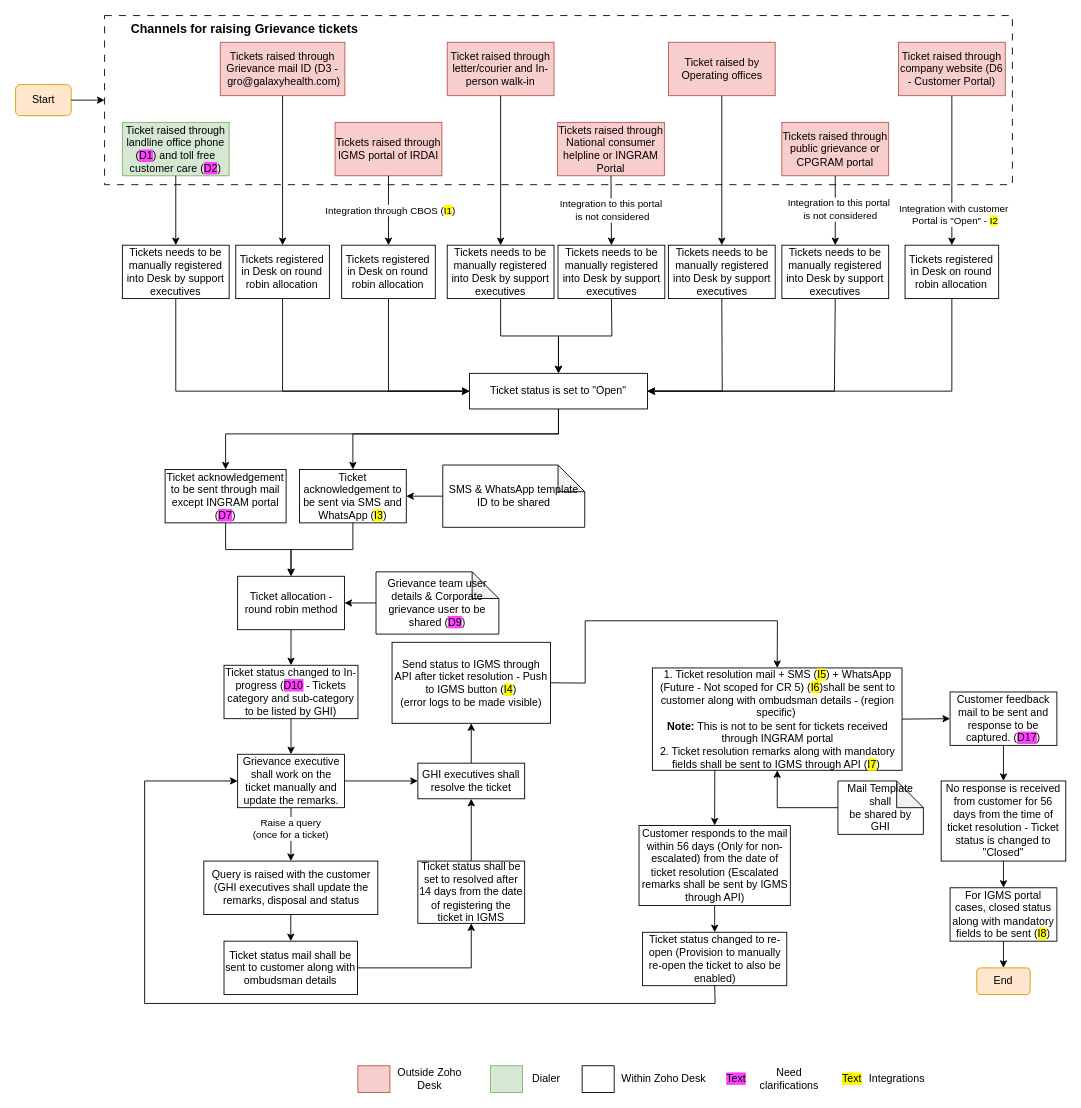
The draw.io diagram Grievance management.drawio in shaileshsreedar/Galaxy, before the edit. Source tidied: cells renumbered, new cells numbered last; positions are measured from the earlier drawing's top-left corner, leaving out a move shared by most shapes. Both pictures are drawn from the tidied source at 89%, with x=0, y=0 at pixel (15, 15).
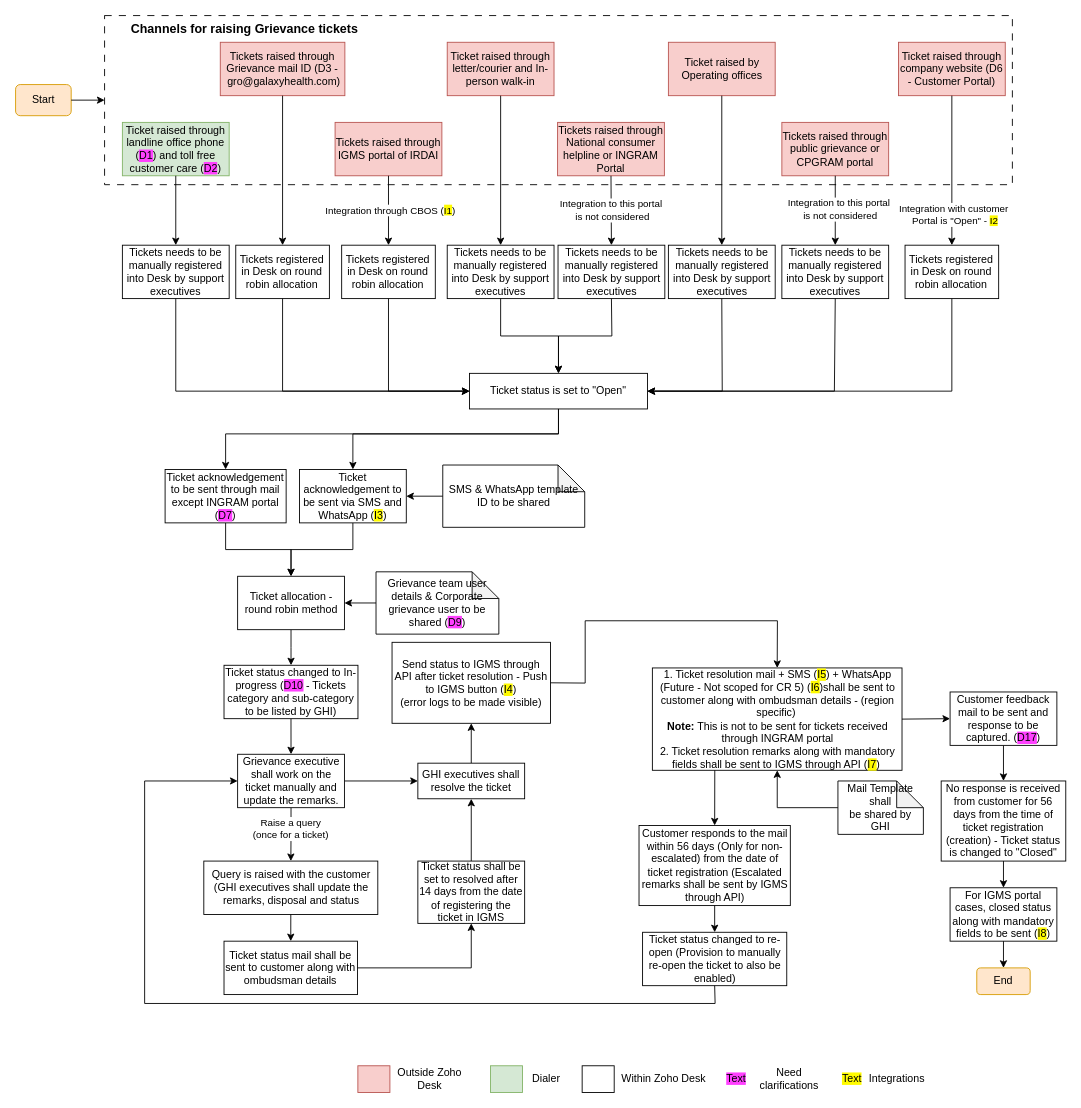
After the change.

What changed in the source:
```diff
@@
-    <mxCell id="79" value="Customer responds to the mail within 56 days (Only for non-escalated) from the date of ticket resolution (Escalated remarks shall be sent by IGMS through API)" style="rounded=0;whiteSpace=wrap;html=1;" parent="1" vertex="1">
+    <mxCell id="79" value="Customer responds to the mail within 56 days (Only for non-escalated) from the date of ticket registration (Escalated remarks shall be sent by IGMS through API)" style="rounded=0;whiteSpace=wrap;html=1;" parent="1" vertex="1">
       <mxGeometry x="700.5" y="910" width="170" height="90" as="geometry" />
     </mxCell>
@@
-    <mxCell id="87" value="No response is received from customer for 56 days from the time of ticket resolution - Ticket status is changed to &quot;Closed&quot;" style="rounded=0;whiteSpace=wrap;html=1;" parent="1" vertex="1">
+    <mxCell id="87" value="No response is received from customer for 56 days from the time of ticket registration (creation) - Ticket status is changed to &quot;Closed&quot;" style="rounded=0;whiteSpace=wrap;html=1;" parent="1" vertex="1">
       <mxGeometry x="1040" y="860" width="140" height="90" as="geometry" />
     </mxCell>
```
